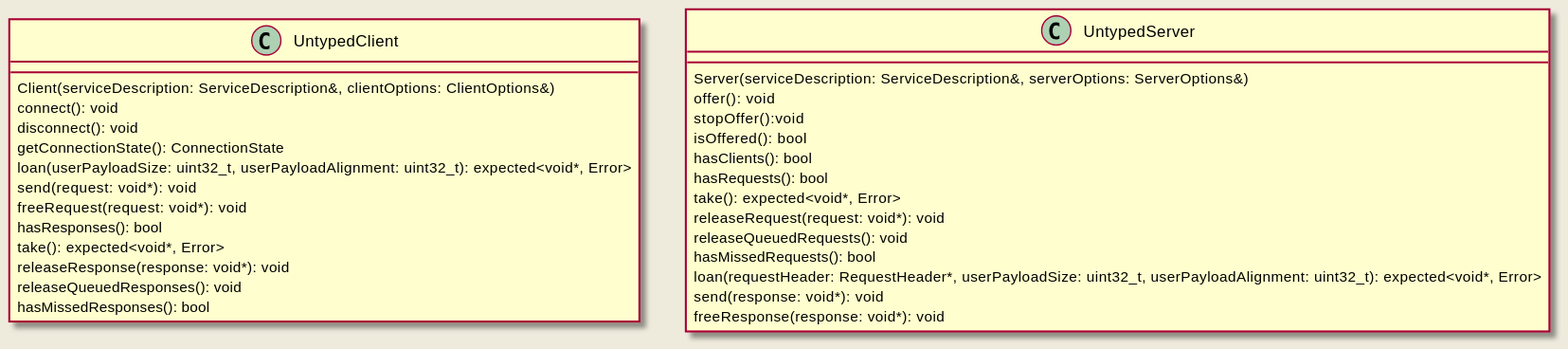
Earlier version of the PlantUML export doc/website/images/untyped_api.svg (eclipse-iceoryx/iceoryx). Its source is kept beside it as doc/design/diagrams/request_response/untyped_api.puml.
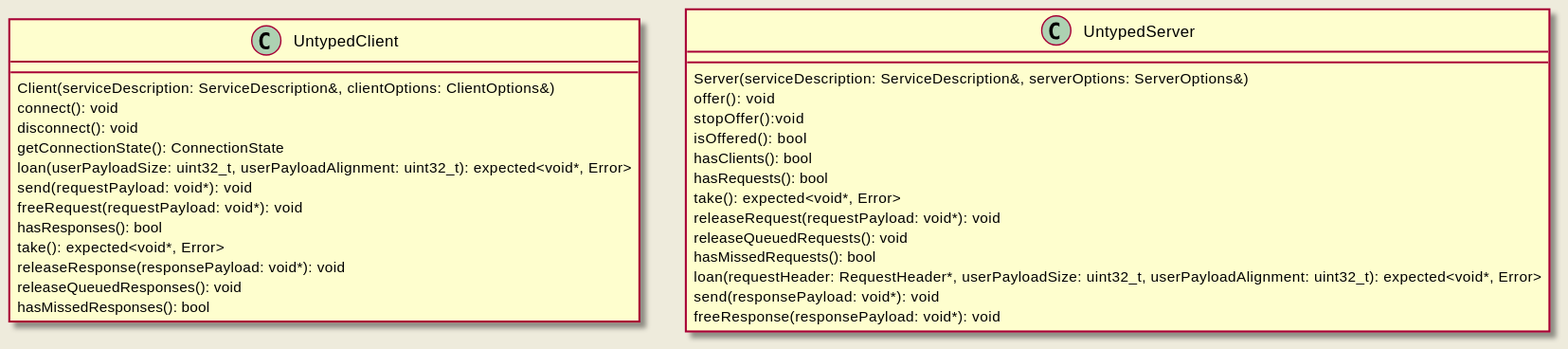
Later version of the same file.

Change to the diagram source:
```diff
@@ -6,11 +6,11 @@
   disconnect(): void
   getConnectionState(): ConnectionState
   loan(userPayloadSize: uint32_t, userPayloadAlignment: uint32_t): expected<void*, Error>
-  send(request: void*): void
-  freeRequest(request: void*): void
+  send(requestPayload: void*): void
+  freeRequest(requestPayload: void*): void
   hasResponses(): bool
   take(): expected<void*, Error>
-  releaseResponse(response: void*): void
+  releaseResponse(responsePayload: void*): void
   releaseQueuedResponses(): void
   hasMissedResponses(): bool
 }
@@ -23,12 +23,12 @@
   hasClients(): bool
   hasRequests(): bool
   take(): expected<void*, Error>
-  releaseRequest(request: void*): void
+  releaseRequest(requestPayload: void*): void
   releaseQueuedRequests(): void
   hasMissedRequests(): bool
   loan(requestHeader: RequestHeader*, userPayloadSize: uint32_t, userPayloadAlignment: uint32_t): expected<void*, Error>
-  send(response: void*): void
-  freeResponse(response: void*): void
+  send(responsePayload: void*): void
+  freeResponse(responsePayload: void*): void
 }
 
 @enduml
```
